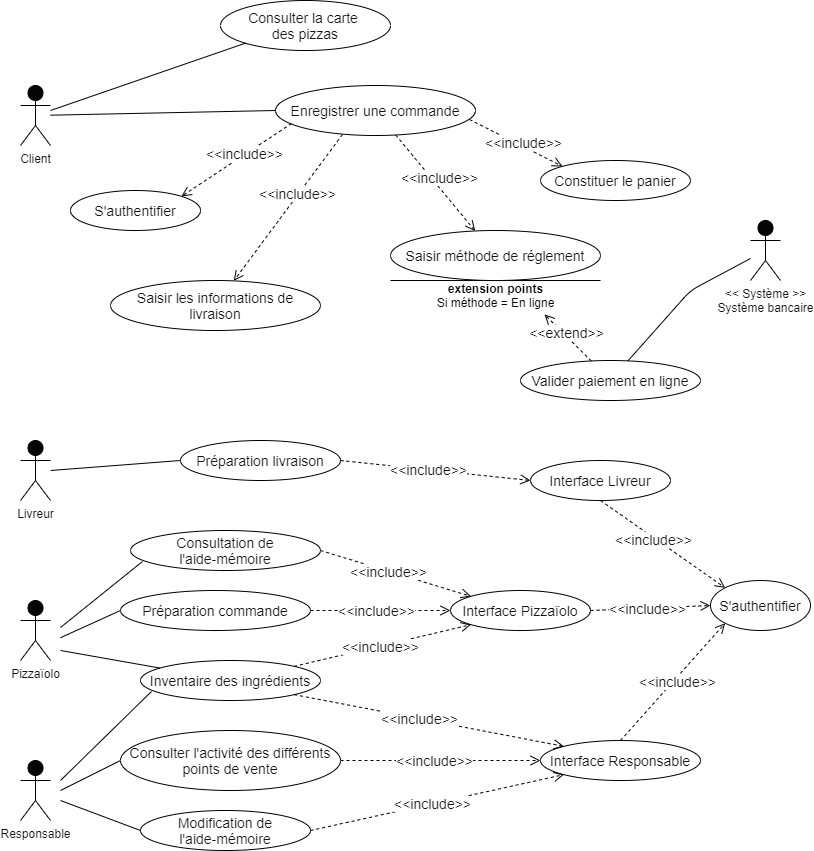
This is Diag_GestionDuCompte/image3.png from Eidocode/OC_Project4, a draw.io export, as it was before one commit. Source tidied: cells renumbered, new cells last; positions are measured from the earlier drawing's top-left corner, leaving out a move shared by most shapes.
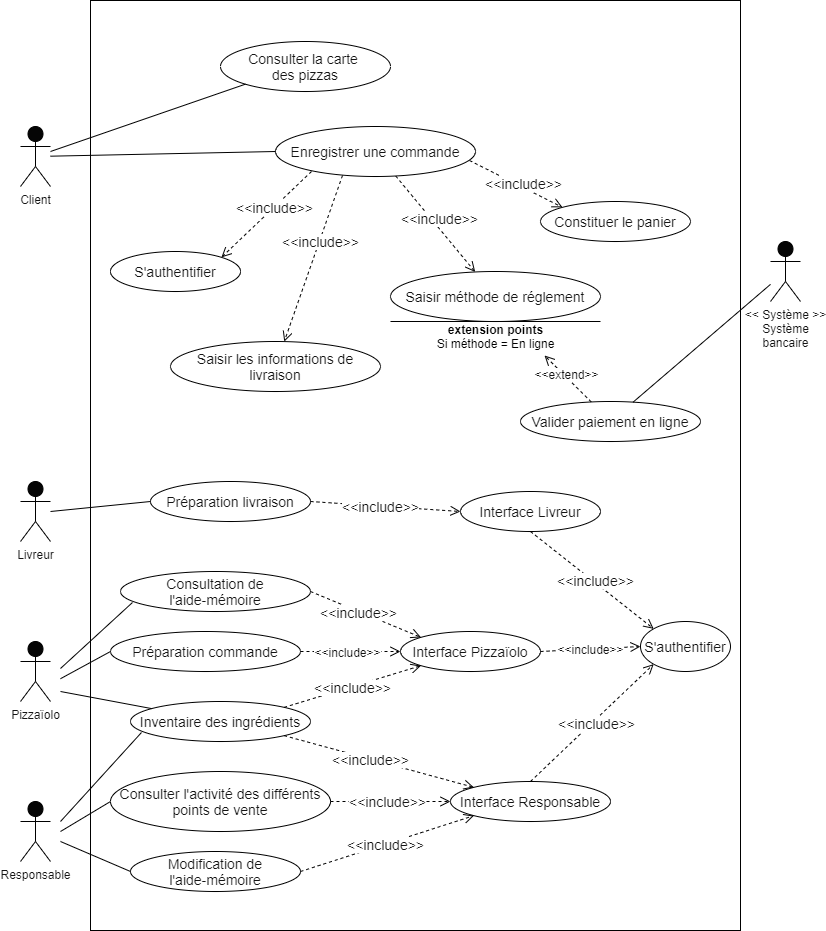
The same diagram one commit later.

Change to the diagram source:
```diff
@@ -2,6 +2,9 @@
   <root>
     <mxCell id="0" />
     <mxCell id="1" parent="0" />
+    <mxCell id="51" style="rounded=0;fillColor=none;html=1;labelBorderColor=none;spacing=2;spacingBottom=0;whiteSpace=wrap;" parent="1" vertex="1">
+      <mxGeometry x="70" y="-41" width="650" height="930" as="geometry" />
+    </mxCell>
     <mxCell id="2" value="Client" style="shape=umlActor;verticalLabelPosition=bottom;labelBackgroundColor=#ffffff;verticalAlign=top;html=1;fillColor=#050505;fontSize=12;fontColor=#141414;align=center;" parent="1" vertex="1">
       <mxGeometry y="85" width="30" height="60" as="geometry" />
     </mxCell>
@@ -14,8 +17,8 @@
     <mxCell id="5" value="Responsable" style="shape=umlActor;verticalLabelPosition=bottom;labelBackgroundColor=#ffffff;verticalAlign=top;html=1;fillColor=#050505;fontSize=12;fontColor=#141414;align=center;" parent="1" vertex="1">
       <mxGeometry y="760" width="30" height="60" as="geometry" />
     </mxCell>
-    <mxCell id="6" value="&amp;lt;&amp;lt; Système &amp;gt;&amp;gt;&lt;br&gt;Système bancaire" style="shape=umlActor;verticalLabelPosition=bottom;labelBackgroundColor=#ffffff;verticalAlign=top;html=1;fillColor=#050505;fontSize=12;fontColor=#141414;align=center;" parent="1" vertex="1">
-      <mxGeometry x="730" y="220" width="30" height="60" as="geometry" />
+    <mxCell id="6" value="&amp;lt;&amp;lt; Système &amp;gt;&amp;gt;&lt;br&gt;Système&lt;br&gt;bancaire" style="shape=umlActor;verticalLabelPosition=bottom;labelBackgroundColor=#ffffff;verticalAlign=top;html=1;fillColor=#050505;fontSize=12;fontColor=#141414;align=center;" parent="1" vertex="1">
+      <mxGeometry x="750" y="200" width="30" height="60" as="geometry" />
     </mxCell>
     <mxCell id="7" value="Consulter la carte &lt;br&gt;des pizzas" style="ellipse;whiteSpace=wrap;html=1;rounded=0;shadow=0;labelBackgroundColor=none;fillColor=#FFFFFF;fontSize=14;fontColor=#141414;align=center;" parent="1" vertex="1">
       <mxGeometry x="200" width="170" height="50" as="geometry" />
@@ -30,12 +33,12 @@
       <mxGeometry x="370" y="230" width="210" height="50" as="geometry" />
     </mxCell>
     <mxCell id="11" value="Saisir les informations de livraison" style="ellipse;whiteSpace=wrap;html=1;rounded=0;shadow=0;labelBackgroundColor=none;fillColor=#FFFFFF;fontSize=14;fontColor=#141414;align=center;" parent="1" vertex="1">
-      <mxGeometry x="90" y="280" width="210" height="50" as="geometry" />
+      <mxGeometry x="150" y="300" width="210" height="50" as="geometry" />
     </mxCell>
     <mxCell id="12" value="S'authentifier" style="ellipse;whiteSpace=wrap;html=1;rounded=0;shadow=0;labelBackgroundColor=none;fillColor=#FFFFFF;fontSize=14;fontColor=#141414;align=center;" parent="1" vertex="1">
-      <mxGeometry x="50" y="190" width="130" height="40" as="geometry" />
+      <mxGeometry x="90" y="210" width="130" height="40" as="geometry" />
     </mxCell>
-    <mxCell id="13" value="&amp;lt;&amp;lt;include&amp;gt;&amp;gt;" style="html=1;verticalAlign=bottom;endArrow=open;dashed=1;endSize=8;fontSize=14;fontColor=#141414;entryX=1;entryY=0;entryDx=0;entryDy=0;exitX=0.08;exitY=0.76;exitDx=0;exitDy=0;exitPerimeter=0;" parent="1" edge="1" source="8" target="12">
+    <mxCell id="13" value="&amp;lt;&amp;lt;include&amp;gt;&amp;gt;" style="html=1;verticalAlign=bottom;endArrow=open;dashed=1;endSize=8;fontSize=14;fontColor=#141414;entryX=1;entryY=0;entryDx=0;entryDy=0;exitX=0.18;exitY=0.9;exitDx=0;exitDy=0;exitPerimeter=0;" parent="1" edge="1" source="8" target="12">
       <mxGeometry x="-0.05" y="8" relative="1" as="geometry" />
     </mxCell>
     <mxCell id="14" value="&amp;lt;&amp;lt;include&amp;gt;&amp;gt;" style="html=1;verticalAlign=bottom;endArrow=open;dashed=1;endSize=8;fontSize=14;fontColor=#141414;entryX=0;entryY=0;entryDx=0;entryDy=0;exitX=0.97;exitY=0.68;exitDx=0;exitDy=0;exitPerimeter=0;" parent="1" edge="1" source="8" target="9">
@@ -50,29 +53,29 @@
     <mxCell id="17" value="Valider paiement en ligne" style="ellipse;whiteSpace=wrap;html=1;rounded=0;shadow=0;labelBackgroundColor=none;fillColor=#FFFFFF;fontSize=14;fontColor=#141414;align=center;" parent="1" vertex="1">
       <mxGeometry x="500" y="360" width="180" height="40" as="geometry" />
     </mxCell>
-    <mxCell id="18" value="&amp;lt;&amp;lt;extend&amp;gt;&amp;gt;" style="html=1;verticalAlign=bottom;endArrow=open;dashed=1;endSize=8;fontSize=14;fontColor=#141414;entryX=0.877;entryY=1.133;entryDx=0;entryDy=0;entryPerimeter=0;" parent="1" edge="1" source="17" target="30">
+    <mxCell id="18" value="&amp;lt;&amp;lt;extend&amp;gt;&amp;gt;" style="html=1;verticalAlign=bottom;endArrow=open;dashed=1;endSize=8;fontSize=12;fontColor=#141414;entryX=0.877;entryY=1.133;entryDx=0;entryDy=0;entryPerimeter=0;" parent="1" edge="1" source="17" target="30">
       <mxGeometry x="-0.09" y="5" relative="1" as="geometry" />
     </mxCell>
     <mxCell id="19" value="S'authentifier" style="ellipse;whiteSpace=wrap;html=1;rounded=0;shadow=0;labelBackgroundColor=none;fillColor=#FFFFFF;fontSize=14;fontColor=#141414;align=center;" parent="1" vertex="1">
-      <mxGeometry x="690" y="580" width="100" height="50" as="geometry" />
+      <mxGeometry x="620" y="580" width="90" height="50" as="geometry" />
     </mxCell>
     <mxCell id="20" value="Préparation commande" style="ellipse;whiteSpace=wrap;html=1;rounded=0;shadow=0;labelBackgroundColor=none;fillColor=#FFFFFF;fontSize=14;fontColor=#141414;align=center;" parent="1" vertex="1">
-      <mxGeometry x="100" y="590" width="190" height="40" as="geometry" />
+      <mxGeometry x="90" y="590" width="190" height="40" as="geometry" />
     </mxCell>
     <mxCell id="21" value="Consultation de&lt;br&gt;l'aide-mémoire" style="ellipse;whiteSpace=wrap;html=1;rounded=0;shadow=0;labelBackgroundColor=none;fillColor=#FFFFFF;fontSize=14;fontColor=#141414;align=center;" parent="1" vertex="1">
-      <mxGeometry x="110" y="530" width="190" height="40" as="geometry" />
+      <mxGeometry x="100" y="530" width="190" height="40" as="geometry" />
     </mxCell>
     <mxCell id="22" value="Préparation livraison" style="ellipse;whiteSpace=wrap;html=1;rounded=0;shadow=0;labelBackgroundColor=none;fillColor=#FFFFFF;fontSize=14;fontColor=#141414;align=center;" parent="1" vertex="1">
-      <mxGeometry x="160" y="440" width="160" height="40" as="geometry" />
+      <mxGeometry x="130" y="440" width="160" height="40" as="geometry" />
     </mxCell>
     <mxCell id="23" value="Inventaire des ingrédients" style="ellipse;whiteSpace=wrap;html=1;rounded=0;shadow=0;labelBackgroundColor=none;fillColor=#FFFFFF;fontSize=14;fontColor=#141414;align=center;" parent="1" vertex="1">
-      <mxGeometry x="120" y="660" width="180" height="40" as="geometry" />
+      <mxGeometry x="110" y="660" width="180" height="40" as="geometry" />
     </mxCell>
     <mxCell id="24" value="Modification de&lt;br&gt;l'aide-mémoire" style="ellipse;whiteSpace=wrap;html=1;rounded=0;shadow=0;labelBackgroundColor=none;fillColor=#FFFFFF;fontSize=14;fontColor=#141414;align=center;" parent="1" vertex="1">
-      <mxGeometry x="120" y="810" width="170" height="40" as="geometry" />
+      <mxGeometry x="110" y="810" width="170" height="40" as="geometry" />
     </mxCell>
     <mxCell id="25" value="Consulter l'activité des différents points de vente" style="ellipse;whiteSpace=wrap;html=1;rounded=0;shadow=0;labelBackgroundColor=none;fillColor=#FFFFFF;fontSize=14;fontColor=#141414;align=center;" parent="1" vertex="1">
-      <mxGeometry x="100" y="730" width="220" height="60" as="geometry" />
+      <mxGeometry x="90" y="730" width="220" height="60" as="geometry" />
     </mxCell>
     <mxCell id="26" style="endArrow=none;html=1;fontSize=14;fontColor=#141414;entryX=0;entryY=1;entryDx=0;entryDy=0;" parent="1" edge="1" target="7">
       <mxGeometry relative="1" as="geometry">
@@ -83,11 +86,7 @@
       <mxGeometry relative="1" as="geometry" />
     </mxCell>
     <mxCell id="28" style="endArrow=none;html=1;fontSize=14;fontColor=#141414;" parent="1" edge="1" source="17" target="6">
-      <mxGeometry relative="1" as="geometry">
-        <Array as="points">
-          <mxPoint x="670" y="290" />
-        </Array>
-      </mxGeometry>
+      <mxGeometry relative="1" as="geometry" />
     </mxCell>
     <mxCell id="29" style="endArrow=none;html=1;" parent="1" edge="1">
       <mxGeometry relative="1" as="geometry">
@@ -134,13 +133,13 @@
       </mxGeometry>
     </mxCell>
     <mxCell id="38" value="Interface Livreur" style="ellipse;whiteSpace=wrap;html=1;rounded=0;shadow=0;labelBackgroundColor=none;fillColor=#FFFFFF;fontSize=14;fontColor=#141414;align=center;" parent="1" vertex="1">
-      <mxGeometry x="510" y="460" width="140" height="40" as="geometry" />
+      <mxGeometry x="440" y="450" width="140" height="40" as="geometry" />
     </mxCell>
     <mxCell id="39" value="Interface Pizzaïolo" style="ellipse;whiteSpace=wrap;html=1;rounded=0;shadow=0;labelBackgroundColor=none;fillColor=#FFFFFF;fontSize=14;fontColor=#141414;align=center;" parent="1" vertex="1">
-      <mxGeometry x="430" y="590" width="140" height="40" as="geometry" />
+      <mxGeometry x="380" y="590" width="140" height="40" as="geometry" />
     </mxCell>
     <mxCell id="40" value="Interface Responsable" style="ellipse;whiteSpace=wrap;html=1;rounded=0;shadow=0;labelBackgroundColor=none;fillColor=#FFFFFF;fontSize=14;fontColor=#141414;align=center;" parent="1" vertex="1">
-      <mxGeometry x="520" y="740" width="160" height="40" as="geometry" />
+      <mxGeometry x="430" y="740" width="160" height="40" as="geometry" />
     </mxCell>
     <mxCell id="41" value="&amp;lt;&amp;lt;include&amp;gt;&amp;gt;" style="html=1;verticalAlign=bottom;endArrow=open;dashed=1;endSize=8;fontSize=14;fontColor=#141414;entryX=0;entryY=0.5;entryDx=0;entryDy=0;exitX=1;exitY=0.5;exitDx=0;exitDy=0;" parent="1" edge="1" source="22" target="38">
       <mxGeometry x="-0.06" y="-11" relative="1" as="geometry" />
@@ -151,7 +150,7 @@
     <mxCell id="43" value="&amp;lt;&amp;lt;include&amp;gt;&amp;gt;" style="html=1;verticalAlign=bottom;endArrow=open;dashed=1;endSize=8;fontSize=14;fontColor=#141414;entryX=0;entryY=1;entryDx=0;entryDy=0;exitX=1;exitY=0;exitDx=0;exitDy=0;" parent="1" edge="1" source="23" target="39">
       <mxGeometry x="-0.06" y="-11" relative="1" as="geometry" />
     </mxCell>
-    <mxCell id="44" value="&amp;lt;&amp;lt;include&amp;gt;&amp;gt;" style="html=1;verticalAlign=bottom;endArrow=open;dashed=1;endSize=8;fontSize=14;fontColor=#141414;exitX=1;exitY=0.5;exitDx=0;exitDy=0;entryX=0;entryY=0.5;entryDx=0;entryDy=0;" parent="1" edge="1" source="20" target="39">
+    <mxCell id="44" value="&amp;lt;&amp;lt;include&amp;gt;&amp;gt;" style="html=1;verticalAlign=bottom;endArrow=open;dashed=1;endSize=8;fontSize=12;fontColor=#141414;exitX=1;exitY=0.5;exitDx=0;exitDy=0;entryX=0;entryY=0.5;entryDx=0;entryDy=0;" parent="1" edge="1" source="20" target="39">
       <mxGeometry x="-0.06" y="-11" relative="1" as="geometry" />
     </mxCell>
     <mxCell id="45" value="&amp;lt;&amp;lt;include&amp;gt;&amp;gt;" style="html=1;verticalAlign=bottom;endArrow=open;dashed=1;endSize=8;fontSize=14;fontColor=#141414;entryX=0;entryY=0;entryDx=0;entryDy=0;exitX=1;exitY=1;exitDx=0;exitDy=0;" parent="1" edge="1" source="23" target="40">
@@ -164,13 +163,13 @@
       <mxGeometry x="-0.06" y="-11" relative="1" as="geometry" />
     </mxCell>
     <mxCell id="48" value="&amp;lt;&amp;lt;include&amp;gt;&amp;gt;" style="html=1;verticalAlign=bottom;endArrow=open;dashed=1;endSize=8;fontSize=14;fontColor=#141414;entryX=0;entryY=0;entryDx=0;entryDy=0;exitX=0.5;exitY=1;exitDx=0;exitDy=0;" parent="1" edge="1" source="38" target="19">
-      <mxGeometry x="-0.06" y="-11" relative="1" as="geometry" />
+      <mxGeometry x="0.12" y="-7" relative="1" as="geometry" />
     </mxCell>
     <mxCell id="49" value="&amp;lt;&amp;lt;include&amp;gt;&amp;gt;" style="html=1;verticalAlign=bottom;endArrow=open;dashed=1;endSize=8;fontSize=14;fontColor=#141414;entryX=0;entryY=1;entryDx=0;entryDy=0;exitX=0.5;exitY=0;exitDx=0;exitDy=0;" parent="1" edge="1" source="40" target="19">
       <mxGeometry x="-0.06" y="-11" relative="1" as="geometry" />
     </mxCell>
-    <mxCell id="50" value="&amp;lt;&amp;lt;include&amp;gt;&amp;gt;" style="html=1;verticalAlign=bottom;endArrow=open;dashed=1;endSize=8;fontSize=14;fontColor=#141414;entryX=0;entryY=0.5;entryDx=0;entryDy=0;exitX=1;exitY=0.5;exitDx=0;exitDy=0;" parent="1" edge="1" source="39" target="19">
-      <mxGeometry x="-0.06" y="-11" relative="1" as="geometry" />
+    <mxCell id="50" value="&lt;p style=&quot;line-height: 120%; font-size: 12px;&quot;&gt;&lt;font style=&quot;font-size: 12px;&quot;&gt;&amp;lt;&amp;lt;include&amp;gt;&amp;gt;&lt;/font&gt;&lt;/p&gt;" style="html=1;verticalAlign=bottom;endArrow=open;dashed=1;endSize=8;fontSize=12;fontColor=#141414;entryX=0;entryY=0.5;entryDx=0;entryDy=0;exitX=1;exitY=0.5;exitDx=0;exitDy=0;shadow=0;" parent="1" edge="1" source="39" target="19">
+      <mxGeometry x="-0.02" y="-22" relative="1" as="geometry" />
     </mxCell>
   </root>
 </mxGraphModel>
```
